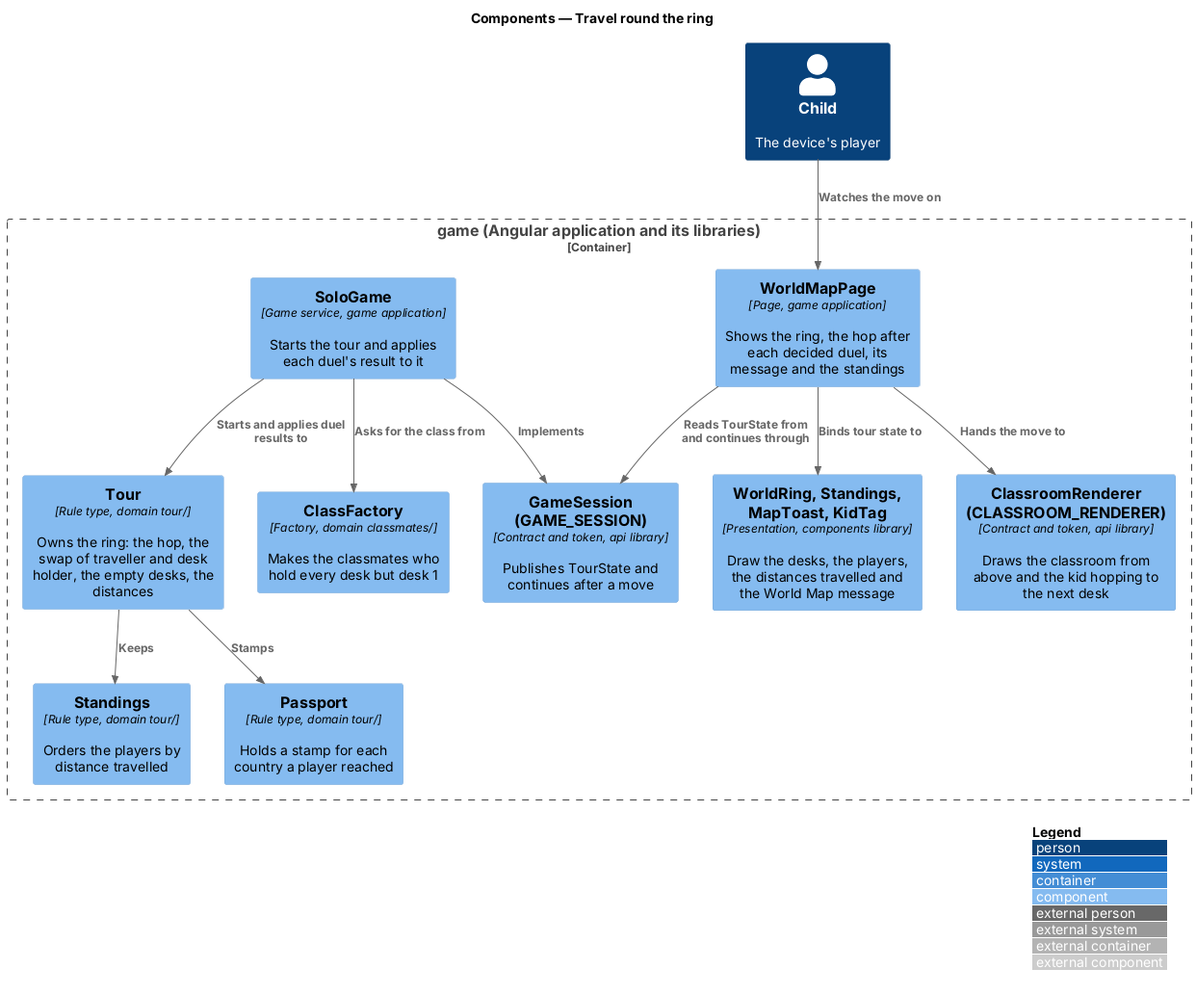
This is docs/detailed-designs/tour/travel-round-ring/diagrams/c4-component.png from QuinntyneBrown/around-the-world, a PlantUML export, as it was before one commit. Its source is kept beside it as docs/detailed-designs/tour/travel-round-ring/diagrams/c4-component.puml.
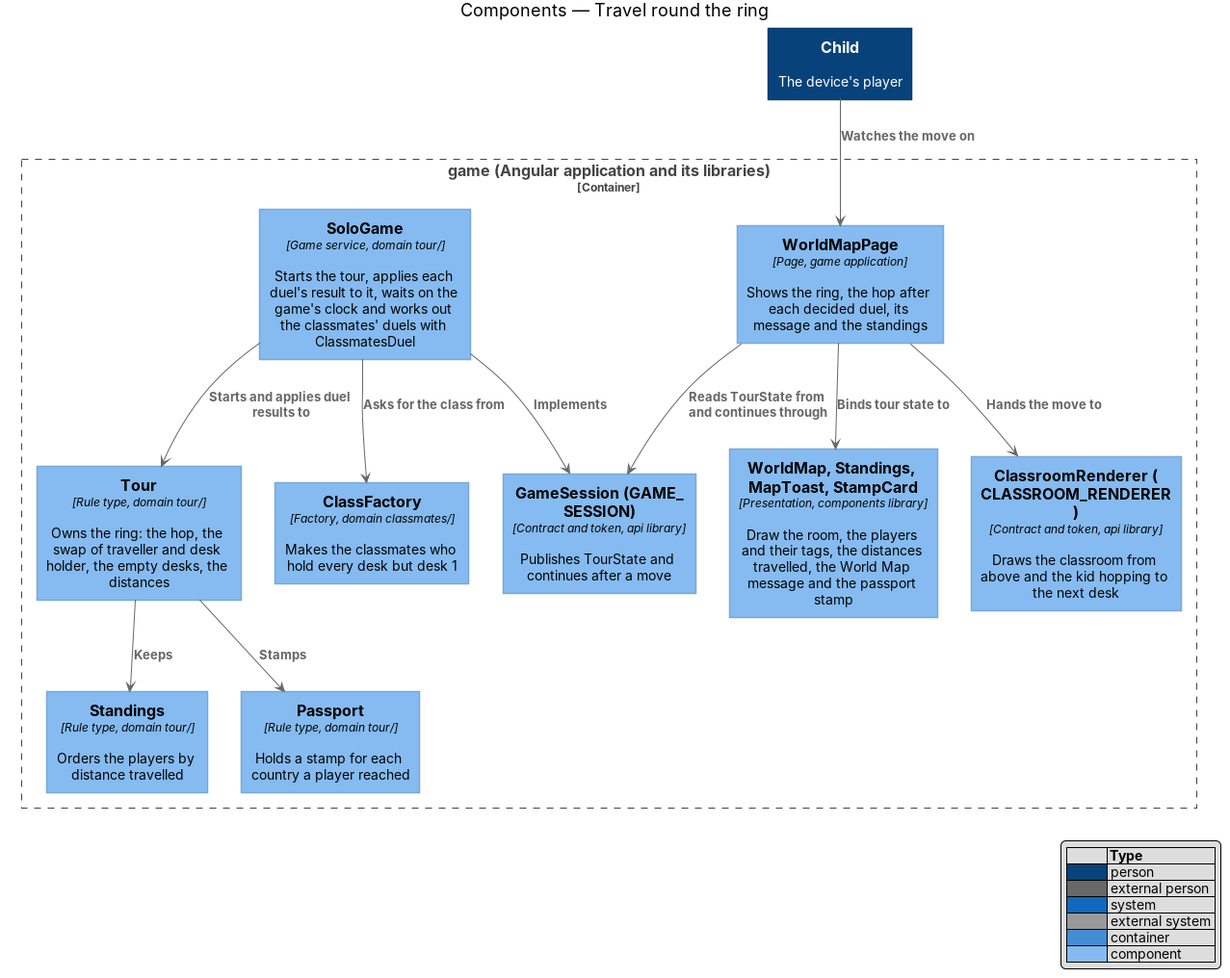
After the commit.

Diff of the diagram source:
```diff
@@ -6,9 +6,9 @@
 Person(child, "Child", "The device's player")
 Container_Boundary(game, "game (Angular application and its libraries)") {
   Component(page, "WorldMapPage", "Page, game application", "Shows the ring, the hop after each decided duel, its message and the standings")
-  Component(views, "WorldRing, Standings, MapToast, KidTag", "Presentation, components library", "Draw the desks, the players, the distances travelled and the World Map message")
+  Component(views, "WorldMap, Standings, MapToast, StampCard", "Presentation, components library", "Draw the room, the players and their tags, the distances travelled, the World Map message and the passport stamp")
   Component(session, "GameSession (GAME_SESSION)", "Contract and token, api library", "Publishes TourState and continues after a move")
-  Component(solo, "SoloGame", "Game service, game application", "Starts the tour and applies each duel's result to it")
+  Component(solo, "SoloGame", "Game service, domain tour/", "Starts the tour, applies each duel's result to it, waits on the game's clock and works out the classmates' duels with ClassmatesDuel")
   Component(tour, "Tour", "Rule type, domain tour/", "Owns the ring: the hop, the swap of traveller and desk holder, the empty desks, the distances")
   Component(standings, "Standings", "Rule type, domain tour/", "Orders the players by distance travelled")
   Component(passport, "Passport", "Rule type, domain tour/", "Holds a stamp for each country a player reached")
```
